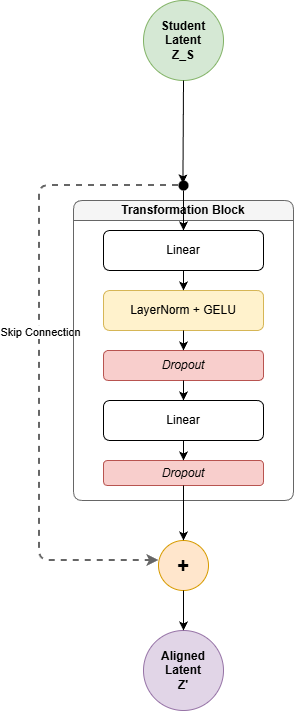
Earlier version of the draw.io export Documentazione/images/modelsss/AlignApp2.png (Fonty02/HallucinationDetection). Source tidied: cells renumbered, new cells last; positions are measured from the earlier drawing's top-left corner, leaving out a move shared by most shapes.
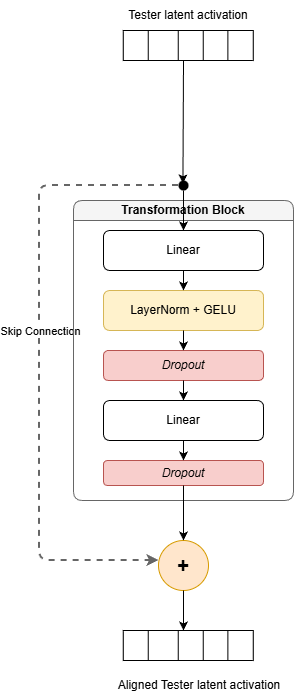
After the change.

Change to the diagram source:
```diff
@@ -2,9 +2,6 @@
   <root>
     <mxCell id="0" />
     <mxCell id="1" parent="0" />
-    <mxCell id="2" value="Student Latent&lt;br&gt;Z_S" style="ellipse;whiteSpace=wrap;html=1;fillColor=#d5e8d4;strokeColor=#82b366;fontStyle=1;" parent="1" vertex="1">
-      <mxGeometry x="104" width="80" height="80" as="geometry" />
-    </mxCell>
     <mxCell id="3" style="shape=ellipse;fillColor=#000000;strokeColor=none;" parent="1" vertex="1">
       <mxGeometry x="139" y="180" width="10" height="10" as="geometry" />
     </mxCell>
@@ -52,11 +49,10 @@
     <mxCell id="16" value="+" style="ellipse;whiteSpace=wrap;html=1;fillColor=#ffe6cc;strokeColor=#d79b00;fontStyle=1;fontSize=20;" parent="1" vertex="1">
       <mxGeometry x="119" y="540" width="50" height="50" as="geometry" />
     </mxCell>
-    <mxCell id="17" value="Aligned Latent&lt;br&gt;Z'" style="ellipse;whiteSpace=wrap;html=1;fillColor=#e1d5e7;strokeColor=#9673a6;fontStyle=1;" parent="1" vertex="1">
-      <mxGeometry x="104" y="630" width="80" height="80" as="geometry" />
-    </mxCell>
-    <mxCell id="18" style="entryX=0.444;entryY=0.289;entryDx=0;entryDy=0;entryPerimeter=0;" parent="1" edge="1" source="2" target="3">
-      <mxGeometry relative="1" as="geometry" />
+    <mxCell id="18" style="entryX=0.444;entryY=0.289;entryDx=0;entryDy=0;entryPerimeter=0;" parent="1" edge="1" target="3">
+      <mxGeometry relative="1" as="geometry">
+        <mxPoint x="144" y="60" as="sourcePoint" />
+      </mxGeometry>
     </mxCell>
     <mxCell id="19" parent="1" edge="1" source="3" target="7">
       <mxGeometry relative="1" as="geometry" />
@@ -64,8 +60,76 @@
     <mxCell id="20" parent="1" edge="1" source="11" target="16">
       <mxGeometry relative="1" as="geometry" />
     </mxCell>
-    <mxCell id="21" parent="1" edge="1" source="16" target="17">
-      <mxGeometry relative="1" as="geometry" />
+    <mxCell id="21" parent="1" edge="1" source="16">
+      <mxGeometry relative="1" as="geometry">
+        <mxPoint x="144" y="630" as="targetPoint" />
+      </mxGeometry>
     </mxCell>
+    <mxCell id="22" style="group;rotation=90;" parent="1" vertex="1">
+      <mxGeometry x="133.8" y="-20" width="30" height="130" as="geometry" />
+    </mxCell>
+    <mxCell id="23" style="rounded=0;whiteSpace=wrap;html=1;rotation=180;" parent="22" vertex="1">
+      <mxGeometry x="-50" y="50" width="130" height="30" as="geometry" />
+    </mxCell>
+    <mxCell id="24" style="endArrow=none;html=1;rounded=0;exitX=0.195;exitY=0.997;exitDx=0;exitDy=0;exitPerimeter=0;entryX=0.195;entryY=0.003;entryDx=0;entryDy=0;entryPerimeter=0;" parent="22" edge="1" source="23" target="23">
+      <mxGeometry relative="1" as="geometry" />
+    </mxCell>
+    <mxCell id="25" style="endArrow=none;html=1;rounded=0;exitX=0.195;exitY=0.997;exitDx=0;exitDy=0;exitPerimeter=0;entryX=0.195;entryY=0.003;entryDx=0;entryDy=0;entryPerimeter=0;" parent="22" edge="1">
+      <mxGeometry relative="1" as="geometry">
+        <mxPoint x="30" y="50" as="sourcePoint" />
+        <mxPoint x="30" y="80" as="targetPoint" />
+      </mxGeometry>
+    </mxCell>
+    <mxCell id="26" style="endArrow=none;html=1;rounded=0;exitX=0.195;exitY=0.997;exitDx=0;exitDy=0;exitPerimeter=0;entryX=0.195;entryY=0.003;entryDx=0;entryDy=0;entryPerimeter=0;" parent="22" edge="1">
+      <mxGeometry relative="1" as="geometry">
+        <mxPoint x="5" y="50" as="sourcePoint" />
+        <mxPoint x="5" y="80" as="targetPoint" />
+      </mxGeometry>
+    </mxCell>
+    <mxCell id="27" style="endArrow=none;html=1;rounded=0;exitX=0.195;exitY=0.997;exitDx=0;exitDy=0;exitPerimeter=0;entryX=0.195;entryY=0.003;entryDx=0;entryDy=0;entryPerimeter=0;" parent="22" edge="1">
+      <mxGeometry relative="1" as="geometry">
+        <mxPoint x="-25" y="50" as="sourcePoint" />
+        <mxPoint x="-25" y="80" as="targetPoint" />
+        <Array as="points">
+          <mxPoint x="-25" y="60" />
+        </Array>
+      </mxGeometry>
+    </mxCell>
+    <mxCell id="28" value="Tester latent activation" style="text;html=1;whiteSpace=wrap;strokeColor=none;fillColor=none;align=center;verticalAlign=middle;rounded=0;" parent="1" vertex="1">
+      <mxGeometry x="80" width="137.5" height="30" as="geometry" />
+    </mxCell>
+    <mxCell id="29" style="group;rotation=90;" parent="1" vertex="1">
+      <mxGeometry x="133.8" y="580" width="30" height="130" as="geometry" />
+    </mxCell>
+    <mxCell id="30" style="rounded=0;whiteSpace=wrap;html=1;rotation=180;" parent="29" vertex="1">
+      <mxGeometry x="-50" y="50" width="130" height="30" as="geometry" />
+    </mxCell>
+    <mxCell id="31" style="endArrow=none;html=1;rounded=0;exitX=0.195;exitY=0.997;exitDx=0;exitDy=0;exitPerimeter=0;entryX=0.195;entryY=0.003;entryDx=0;entryDy=0;entryPerimeter=0;" parent="29" edge="1" source="30" target="30">
+      <mxGeometry relative="1" as="geometry" />
+    </mxCell>
+    <mxCell id="32" style="endArrow=none;html=1;rounded=0;exitX=0.195;exitY=0.997;exitDx=0;exitDy=0;exitPerimeter=0;entryX=0.195;entryY=0.003;entryDx=0;entryDy=0;entryPerimeter=0;" parent="29" edge="1">
+      <mxGeometry relative="1" as="geometry">
+        <mxPoint x="30" y="50" as="sourcePoint" />
+        <mxPoint x="30" y="80" as="targetPoint" />
+      </mxGeometry>
+    </mxCell>
+    <mxCell id="33" style="endArrow=none;html=1;rounded=0;exitX=0.195;exitY=0.997;exitDx=0;exitDy=0;exitPerimeter=0;entryX=0.195;entryY=0.003;entryDx=0;entryDy=0;entryPerimeter=0;" parent="29" edge="1">
+      <mxGeometry relative="1" as="geometry">
+        <mxPoint x="5" y="50" as="sourcePoint" />
+        <mxPoint x="5" y="80" as="targetPoint" />
+      </mxGeometry>
+    </mxCell>
+    <mxCell id="34" style="endArrow=none;html=1;rounded=0;exitX=0.195;exitY=0.997;exitDx=0;exitDy=0;exitPerimeter=0;entryX=0.195;entryY=0.003;entryDx=0;entryDy=0;entryPerimeter=0;" parent="29" edge="1">
+      <mxGeometry relative="1" as="geometry">
+        <mxPoint x="-25" y="50" as="sourcePoint" />
+        <mxPoint x="-25" y="80" as="targetPoint" />
+        <Array as="points">
+          <mxPoint x="-25" y="60" />
+        </Array>
+      </mxGeometry>
+    </mxCell>
+    <mxCell id="35" value="Aligned Tester latent activation" style="text;html=1;whiteSpace=wrap;strokeColor=none;fillColor=none;align=center;verticalAlign=middle;rounded=0;" parent="1" vertex="1">
+      <mxGeometry x="70" y="670" width="180" height="30" as="geometry" />
+    </mxCell>
   </root>
 </mxGraphModel>
```
